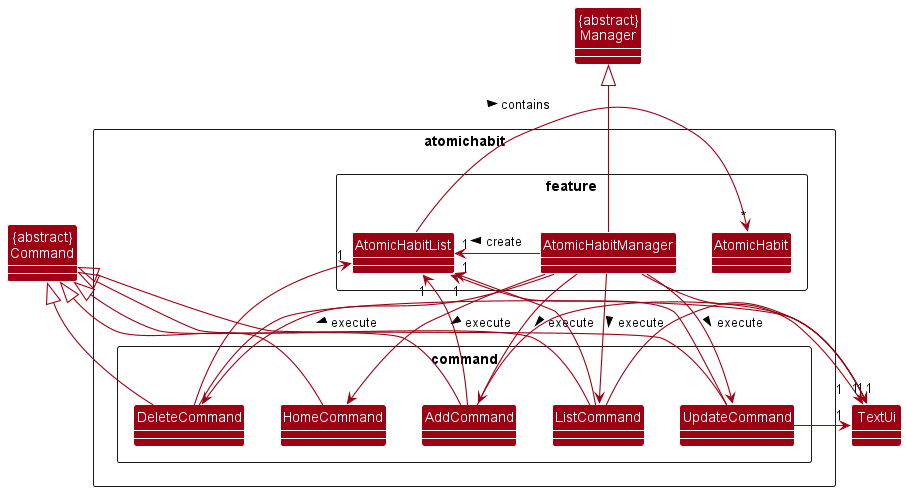
wenxin-c/tp keeps this PlantUML diagram as docs/diagrams/AtomicHabit.png. Above is the earlier version.
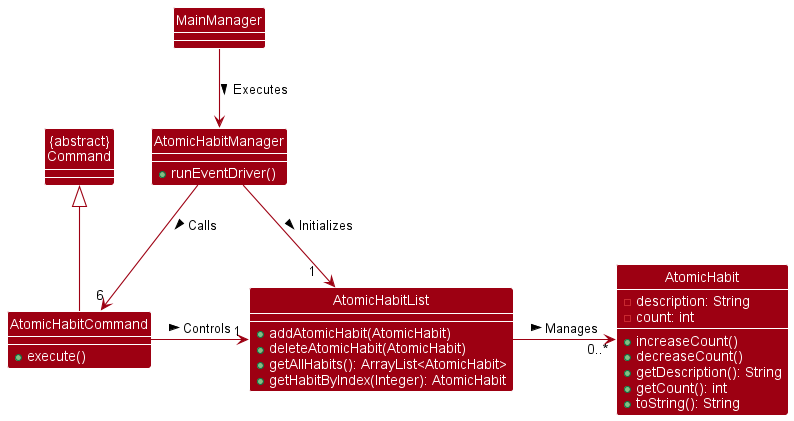
Later version of the same file.

Commit message:
Update AtomicHabit developers guide

Change to the diagram source:
```diff
@@ -1,48 +1,51 @@
 @startuml
+
 !include style.puml
 skinparam arrowThickness 1.1
 skinparam arrowColor MODEL_COLOR
 skinparam classBackgroundColor MODEL_COLOR
 
 
-Package atomichabit <<Rectangle>>{
-Package command <<Rectangle>> {
-Class AddCommand
-Class DeleteCommand
-Class HomeCommand
-Class ListCommand
-Class UpdateCommand
-}
-Package feature <<Rectangle>> {
-Class AtomicHabit
-Class AtomicHabitManager
-Class AtomicHabitList
+Class MainManager
+
+Class AtomicHabitManager {
++ runEventDriver()
 }
 
+Class AtomicHabitList {
++ addAtomicHabit(AtomicHabit)
++ deleteAtomicHabit(AtomicHabit)
++ getAllHabits(): ArrayList<AtomicHabit>
++ getHabitByIndex(Integer): AtomicHabit
 }
-Class TextUi
+
+Class AtomicHabit {
+- description: String
+- count: int
++ increaseCount()
++ decreaseCount()
++ getDescription(): String
++ getCount(): int
++ toString(): String
+}
+
+Class AtomicHabitCommand {
++ execute()
+}
+
 Class "{abstract}\nCommand" as Command
-Class "{abstract}\nManager" as Manager
-Command <|-- AddCommand
-Command <|-- DeleteCommand
-Command <|-- HomeCommand
-Command <|-- ListCommand
-Command <|-- UpdateCommand
-Manager <|-- AtomicHabitManager
-AtomicHabitList -> "*" AtomicHabit : contains >
-AtomicHabitManager -right-> "1" AtomicHabitList : create >
-AtomicHabitManager --> AddCommand : execute >
-AtomicHabitManager --> DeleteCommand : execute >
-AtomicHabitManager --> HomeCommand : execute >
-AtomicHabitManager --> ListCommand : execute >
-AtomicHabitManager --> UpdateCommand : execute >
-AddCommand --> "1"AtomicHabitList
-DeleteCommand --> "1"AtomicHabitList
-ListCommand --> "1"AtomicHabitList
-UpdateCommand --> "1"AtomicHabitList
-AtomicHabitManager -down-> "1"TextUi
-AddCommand -right-> "1"TextUi
-DeleteCommand -right-> "1"TextUi
-ListCommand -right-> "1"TextUi
-UpdateCommand -right-> "1"TextUi
+
+MainManager --> AtomicHabitManager : > Executes
+
+AtomicHabitManager --> "1   " AtomicHabitList : > Initializes
+
+AtomicHabitManager -down-> "6" AtomicHabitCommand : > Calls
+
+AtomicHabitCommand -right-> "1" AtomicHabitList: > Controls
+
+AtomicHabitCommand -up-|> Command
+
+AtomicHabitList -right-> "0..*" AtomicHabit : > Manages
+
+
 @enduml
```
